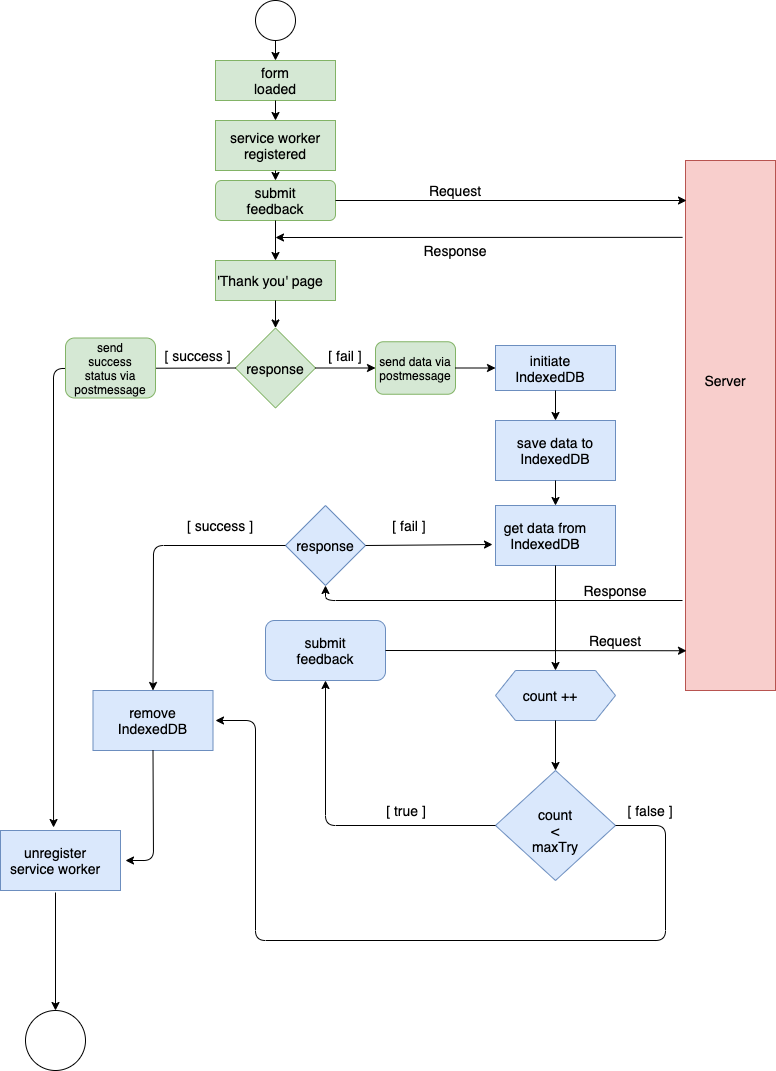
Above: src/FeedbackSubmit.drawio.png in sasha-chernova/ng-first-app (draw.io), before the change. Source tidied: cells renumbered, new cells last; positions are measured from the earlier drawing's top-left corner, leaving out a move shared by most shapes.
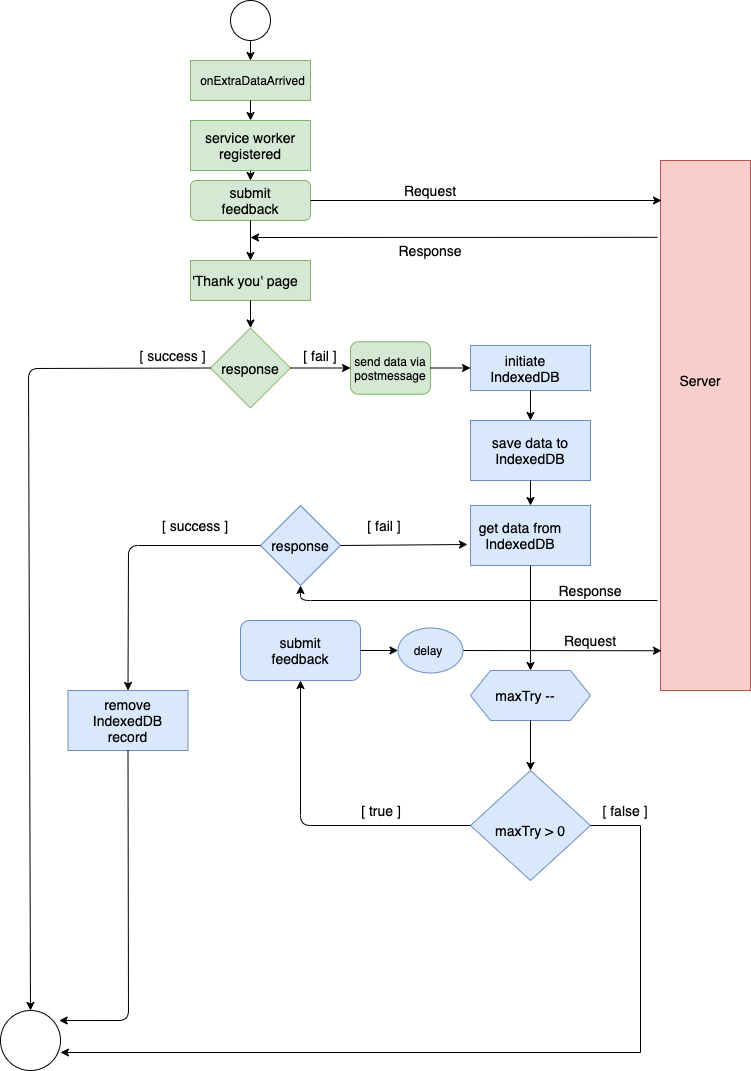
The same file after the commit.

The edit, as a diff of the source:
```diff
@@ -5,9 +5,6 @@
     <mxCell id="2" style="rounded=0;whiteSpace=wrap;html=1;fillColor=#d5e8d4;strokeColor=#82b366;" parent="1" vertex="1">
       <mxGeometry x="215" y="60" width="120" height="40" as="geometry" />
     </mxCell>
-    <mxCell id="3" value="form loaded" style="text;html=1;strokeColor=none;fillColor=none;align=center;verticalAlign=middle;whiteSpace=wrap;rounded=0;strokeWidth=2;fontSize=14;" parent="1" vertex="1">
-      <mxGeometry x="255" y="70" width="40" height="20" as="geometry" />
-    </mxCell>
     <mxCell id="4" style="ellipse;whiteSpace=wrap;html=1;" parent="1" vertex="1">
       <mxGeometry x="255" width="40" height="40" as="geometry" />
     </mxCell>
@@ -41,12 +38,6 @@
     <mxCell id="14" value="response" style="text;html=1;strokeColor=none;fillColor=none;align=center;verticalAlign=middle;whiteSpace=wrap;rounded=0;fontSize=14;" parent="1" vertex="1">
       <mxGeometry x="255" y="357.5" width="40" height="20" as="geometry" />
     </mxCell>
-    <mxCell id="15" style="rounded=0;whiteSpace=wrap;html=1;fontSize=14;strokeWidth=1;fillColor=#dae8fc;strokeColor=#6c8ebf;" parent="1" vertex="1">
-      <mxGeometry y="830" width="120" height="60" as="geometry" />
-    </mxCell>
-    <mxCell id="16" value="unregister service worker" style="text;html=1;strokeColor=none;fillColor=none;align=center;verticalAlign=middle;whiteSpace=wrap;rounded=0;fontSize=14;" parent="1" vertex="1">
-      <mxGeometry y="850" width="110" height="20" as="geometry" />
-    </mxCell>
     <mxCell id="17" style="ellipse;whiteSpace=wrap;html=1;fontSize=14;strokeWidth=1;" parent="1" vertex="1">
       <mxGeometry x="25" y="1010" width="60" height="60" as="geometry" />
     </mxCell>
@@ -71,19 +62,19 @@
     <mxCell id="24" style="shape=hexagon;perimeter=hexagonPerimeter2;whiteSpace=wrap;html=1;fixedSize=1;fontSize=14;strokeWidth=1;fillColor=#dae8fc;strokeColor=#6c8ebf;" parent="1" vertex="1">
       <mxGeometry x="495" y="670" width="120" height="50" as="geometry" />
     </mxCell>
-    <mxCell id="25" value="count ++" style="text;html=1;strokeColor=none;fillColor=none;align=center;verticalAlign=middle;whiteSpace=wrap;rounded=0;fontSize=14;" parent="1" vertex="1">
+    <mxCell id="25" value="maxTry --" style="text;html=1;strokeColor=none;fillColor=none;align=center;verticalAlign=middle;whiteSpace=wrap;rounded=0;fontSize=14;" parent="1" vertex="1">
       <mxGeometry x="505" y="685" width="90" height="20" as="geometry" />
     </mxCell>
     <mxCell id="26" style="rhombus;whiteSpace=wrap;html=1;fontSize=14;strokeWidth=1;fillColor=#dae8fc;strokeColor=#6c8ebf;" parent="1" vertex="1">
       <mxGeometry x="495" y="770" width="120" height="110" as="geometry" />
     </mxCell>
-    <mxCell id="27" value="count &amp;lt; maxTry" style="text;html=1;strokeColor=none;fillColor=none;align=center;verticalAlign=middle;whiteSpace=wrap;rounded=0;fontSize=14;" parent="1" vertex="1">
-      <mxGeometry x="535" y="810" width="40" height="40" as="geometry" />
+    <mxCell id="27" value="maxTry &amp;gt; 0" style="text;html=1;strokeColor=none;fillColor=none;align=center;verticalAlign=middle;whiteSpace=wrap;rounded=0;fontSize=14;" parent="1" vertex="1">
+      <mxGeometry x="515" y="810" width="80" height="40" as="geometry" />
     </mxCell>
     <mxCell id="28" style="rounded=0;whiteSpace=wrap;html=1;fontSize=14;strokeWidth=1;fillColor=#dae8fc;strokeColor=#6c8ebf;" parent="1" vertex="1">
       <mxGeometry x="92.5" y="690" width="120" height="60" as="geometry" />
     </mxCell>
-    <mxCell id="29" value="remove IndexedDB" style="text;html=1;strokeColor=none;fillColor=none;align=center;verticalAlign=middle;whiteSpace=wrap;rounded=0;fontSize=14;" parent="1" vertex="1">
+    <mxCell id="29" value="remove IndexedDB record" style="text;html=1;strokeColor=none;fillColor=none;align=center;verticalAlign=middle;whiteSpace=wrap;rounded=0;fontSize=14;" parent="1" vertex="1">
       <mxGeometry x="100" y="710" width="105" height="20" as="geometry" />
     </mxCell>
     <mxCell id="30" style="rounded=1;whiteSpace=wrap;html=1;fontSize=14;strokeWidth=1;fillColor=#dae8fc;strokeColor=#6c8ebf;" parent="1" vertex="1">
@@ -138,7 +129,7 @@
     <mxCell id="43" value="Response" style="text;html=1;strokeColor=none;fillColor=none;align=center;verticalAlign=middle;whiteSpace=wrap;rounded=0;fontSize=14;" parent="1" vertex="1">
       <mxGeometry x="435" y="240" width="40" height="20" as="geometry" />
     </mxCell>
-    <mxCell id="44" style="endArrow=classic;html=1;fontSize=14;exitX=0;exitY=0.5;exitDx=0;exitDy=0;entryX=0.442;entryY=-0.05;entryDx=0;entryDy=0;entryPerimeter=0;" parent="1" edge="1" source="13" target="15">
+    <mxCell id="44" style="endArrow=classic;html=1;fontSize=14;exitX=0;exitY=0.5;exitDx=0;exitDy=0;entryX=0.5;entryY=0;entryDx=0;entryDy=0;" parent="1" edge="1" source="13" target="17">
       <mxGeometry relative="1" as="geometry">
         <Array as="points">
           <mxPoint x="53" y="368" />
@@ -167,7 +158,7 @@
         </Array>
       </mxGeometry>
     </mxCell>
-    <mxCell id="51" style="endArrow=classic;html=1;fontSize=14;exitX=1;exitY=0.5;exitDx=0;exitDy=0;entryX=0.011;entryY=0.925;entryDx=0;entryDy=0;entryPerimeter=0;" parent="1" edge="1" source="30" target="11">
+    <mxCell id="51" style="endArrow=classic;html=1;fontSize=14;exitX=1;exitY=0.5;exitDx=0;exitDy=0;entryX=0.011;entryY=0.925;entryDx=0;entryDy=0;entryPerimeter=0;startArrow=none;" parent="1" edge="1" source="72" target="11">
       <mxGeometry relative="1" as="geometry" />
     </mxCell>
     <mxCell id="52" value="Request" style="text;html=1;strokeColor=none;fillColor=none;align=center;verticalAlign=middle;whiteSpace=wrap;rounded=0;fontSize=14;" parent="1" vertex="1">
@@ -201,33 +192,16 @@
     <mxCell id="58" value="[ success ]" style="text;html=1;strokeColor=none;fillColor=none;align=center;verticalAlign=middle;whiteSpace=wrap;rounded=0;fontSize=14;" parent="1" vertex="1">
       <mxGeometry x="175" y="515" width="90" height="20" as="geometry" />
     </mxCell>
-    <mxCell id="59" style="endArrow=classic;html=1;fontSize=14;exitX=0.5;exitY=1;exitDx=0;exitDy=0;" parent="1" edge="1" source="28">
+    <mxCell id="59" style="endArrow=classic;html=1;fontSize=14;exitX=0.5;exitY=1;exitDx=0;exitDy=0;entryX=0.978;entryY=0.167;entryDx=0;entryDy=0;entryPerimeter=0;" parent="1" edge="1" source="28" target="17">
       <mxGeometry relative="1" as="geometry">
-        <mxPoint x="125" y="860" as="targetPoint" />
         <Array as="points">
-          <mxPoint x="153" y="860" />
+          <mxPoint x="153" y="1020" />
         </Array>
       </mxGeometry>
     </mxCell>
-    <mxCell id="60" style="endArrow=classic;html=1;fontSize=14;entryX=0.5;entryY=0;entryDx=0;entryDy=0;" parent="1" edge="1" target="17">
-      <mxGeometry relative="1" as="geometry">
-        <mxPoint x="55" y="892" as="sourcePoint" />
-      </mxGeometry>
-    </mxCell>
     <mxCell id="61" value="[ true ]" style="text;html=1;strokeColor=none;fillColor=none;align=center;verticalAlign=middle;whiteSpace=wrap;rounded=0;fontSize=14;" parent="1" vertex="1">
       <mxGeometry x="375" y="800" width="62" height="20" as="geometry" />
     </mxCell>
-    <mxCell id="62" style="endArrow=classic;html=1;fontSize=14;exitX=1;exitY=0.5;exitDx=0;exitDy=0;" parent="1" edge="1" source="26">
-      <mxGeometry relative="1" as="geometry">
-        <mxPoint x="215" y="720" as="targetPoint" />
-        <Array as="points">
-          <mxPoint x="665" y="825" />
-          <mxPoint x="665" y="940" />
-          <mxPoint x="255" y="940" />
-          <mxPoint x="255" y="720" />
-        </Array>
-      </mxGeometry>
-    </mxCell>
     <mxCell id="63" value="[ false ]" style="text;html=1;strokeColor=none;fillColor=none;align=center;verticalAlign=middle;whiteSpace=wrap;rounded=0;fontSize=14;" parent="1" vertex="1">
       <mxGeometry x="625" y="800" width="50" height="20" as="geometry" />
     </mxCell>
@@ -243,11 +217,25 @@
     <mxCell id="67" style="endArrow=classic;html=1;exitX=1;exitY=0.5;exitDx=0;exitDy=0;entryX=0;entryY=0.5;entryDx=0;entryDy=0;" parent="1" edge="1" source="64" target="18">
       <mxGeometry relative="1" as="geometry" />
     </mxCell>
-    <mxCell id="68" style="rounded=1;whiteSpace=wrap;html=1;sketch=0;fillColor=#d5e8d4;strokeColor=#82b366;" parent="1" vertex="1">
-      <mxGeometry x="65" y="337.5" width="90" height="60" as="geometry" />
-    </mxCell>
-    <mxCell id="69" value="send success status via postmessage" style="text;html=1;strokeColor=none;fillColor=none;align=center;verticalAlign=middle;whiteSpace=wrap;rounded=0;sketch=0;" parent="1" vertex="1">
-      <mxGeometry x="75" y="357.5" width="70" height="20" as="geometry" />
-    </mxCell>
+    <mxCell id="70" value="onExtraDataArrived" style="text;html=1;strokeColor=none;fillColor=none;align=center;verticalAlign=middle;whiteSpace=wrap;rounded=0;" parent="1" vertex="1">
+      <mxGeometry x="220" y="65" width="115" height="30" as="geometry" />
+    </mxCell>
+    <mxCell id="71" style="endArrow=classic;html=1;rounded=0;exitX=1;exitY=0.5;exitDx=0;exitDy=0;entryX=1;entryY=0.7;entryDx=0;entryDy=0;entryPerimeter=0;" parent="1" edge="1" source="26" target="17">
+      <mxGeometry relative="1" as="geometry">
+        <Array as="points">
+          <mxPoint x="665" y="825" />
+          <mxPoint x="665" y="1052" />
+        </Array>
+      </mxGeometry>
+    </mxCell>
+    <mxCell id="72" style="ellipse;whiteSpace=wrap;html=1;fillColor=#dae8fc;strokeColor=#6c8ebf;" parent="1" vertex="1">
+      <mxGeometry x="422.5" y="627.5" width="65" height="45" as="geometry" />
+    </mxCell>
+    <mxCell id="73" style="endArrow=classic;html=1;rounded=0;exitX=1;exitY=0.5;exitDx=0;exitDy=0;entryX=0;entryY=0.5;entryDx=0;entryDy=0;" parent="1" edge="1" source="30" target="72">
+      <mxGeometry relative="1" as="geometry" />
+    </mxCell>
+    <mxCell id="74" value="delay" style="text;html=1;strokeColor=none;fillColor=none;align=center;verticalAlign=middle;whiteSpace=wrap;rounded=0;" parent="1" vertex="1">
+      <mxGeometry x="422.5" y="635" width="60" height="30" as="geometry" />
+    </mxCell>
   </root>
 </mxGraphModel>
```
